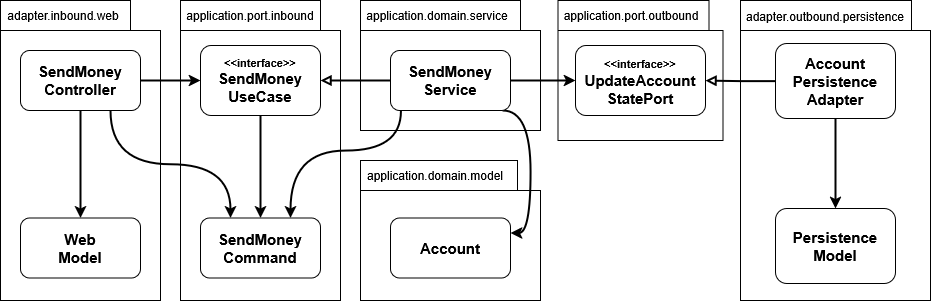
This is public/clean-architecture-python-part-2/clean_buckpal_overview.png from gmunumel/personal-blog, a draw.io export, as it was before one commit. Source tidied: cells renumbered, new cells last; positions are measured from the earlier drawing's top-left corner, leaving out a move shared by most shapes. Its diagram source:
```xml
<mxGraphModel>
  <root>
    <mxCell id="0" />
    <mxCell id="1" parent="0" />
    <mxCell id="2" style="shape=folder;fontStyle=1;spacingTop=10;tabWidth=180;tabHeight=30;tabPosition=left;html=1;whiteSpace=wrap;" parent="1" vertex="1">
      <mxGeometry x="740" width="190" height="300" as="geometry" />
    </mxCell>
    <mxCell id="3" style="shape=folder;fontStyle=1;spacingTop=10;tabWidth=130;tabHeight=30;tabPosition=left;html=1;whiteSpace=wrap;" parent="1" vertex="1">
      <mxGeometry width="160" height="300" as="geometry" />
    </mxCell>
    <mxCell id="4" style="shape=folder;fontStyle=1;spacingTop=10;tabWidth=155;tabHeight=30;tabPosition=left;html=1;whiteSpace=wrap;" parent="1" vertex="1">
      <mxGeometry x="557.5" width="165" height="140" as="geometry" />
    </mxCell>
    <mxCell id="5" style="shape=folder;fontStyle=1;spacingTop=10;tabWidth=157;tabHeight=30;tabPosition=left;html=1;whiteSpace=wrap;" parent="1" vertex="1">
      <mxGeometry x="360" y="160" width="180" height="140" as="geometry" />
    </mxCell>
    <mxCell id="6" style="shape=folder;fontStyle=1;spacingTop=10;tabWidth=160;tabHeight=30;tabPosition=left;html=1;whiteSpace=wrap;" parent="1" vertex="1">
      <mxGeometry x="360" width="180" height="130" as="geometry" />
    </mxCell>
    <mxCell id="7" style="shape=folder;fontStyle=1;spacingTop=10;tabWidth=140;tabHeight=30;tabPosition=left;html=1;whiteSpace=wrap;" parent="1" vertex="1">
      <mxGeometry x="180" width="160" height="300" as="geometry" />
    </mxCell>
    <mxCell id="8" style="edgeStyle=orthogonalEdgeStyle;rounded=0;jettySize=auto;html=1;entryX=0.5;entryY=0;entryDx=0;entryDy=0;strokeWidth=2;" parent="1" edge="1" source="11" target="12">
      <mxGeometry relative="1" as="geometry" />
    </mxCell>
    <mxCell id="9" style="edgeStyle=orthogonalEdgeStyle;rounded=0;jettySize=auto;html=1;exitX=1;exitY=0.5;exitDx=0;exitDy=0;entryX=0;entryY=0.5;entryDx=0;entryDy=0;strokeWidth=2;" parent="1" edge="1" source="11" target="14">
      <mxGeometry relative="1" as="geometry" />
    </mxCell>
    <mxCell id="10" style="edgeStyle=orthogonalEdgeStyle;rounded=0;jettySize=auto;html=1;exitX=0.75;exitY=1;exitDx=0;exitDy=0;entryX=0.25;entryY=0;entryDx=0;entryDy=0;strokeWidth=2;curved=1;" parent="1" edge="1" source="11" target="15">
      <mxGeometry relative="1" as="geometry" />
    </mxCell>
    <mxCell id="11" value="&lt;font style=&quot;font-size: 15px;&quot;&gt;&lt;b&gt;SendMoney&lt;br&gt;Controller&lt;/b&gt;&lt;/font&gt;" style="rounded=1;whiteSpace=wrap;html=1;" parent="1" vertex="1">
      <mxGeometry x="20" y="50" width="120" height="60" as="geometry" />
    </mxCell>
    <mxCell id="12" value="&lt;span&gt;Web&lt;br&gt;Model&lt;/span&gt;" style="rounded=1;whiteSpace=wrap;html=1;fontSize=15;fontStyle=1;" parent="1" vertex="1">
      <mxGeometry x="20" y="217.5" width="120" height="60" as="geometry" />
    </mxCell>
    <mxCell id="13" style="edgeStyle=orthogonalEdgeStyle;rounded=0;jettySize=auto;html=1;strokeWidth=2;" parent="1" edge="1" source="14" target="15">
      <mxGeometry relative="1" as="geometry" />
    </mxCell>
    <mxCell id="14" value="&lt;div&gt;&lt;font style=&quot;font-size: 11px;&quot;&gt;&lt;b&gt;&amp;lt;&amp;lt;interface&amp;gt;&amp;gt;&lt;/b&gt;&lt;/font&gt;&lt;/div&gt;&lt;div&gt;&lt;font style=&quot;font-size: 15px;&quot;&gt;&lt;b&gt;SendMoney&lt;/b&gt;&lt;/font&gt;&lt;/div&gt;&lt;font style=&quot;font-size: 15px;&quot;&gt;&lt;b&gt;UseCase&lt;/b&gt;&lt;/font&gt;" style="rounded=1;whiteSpace=wrap;html=1;" parent="1" vertex="1">
      <mxGeometry x="200" y="45" width="120" height="70" as="geometry" />
    </mxCell>
    <mxCell id="15" value="&lt;font style=&quot;font-size: 15px;&quot;&gt;&lt;b&gt;SendMoney&lt;br&gt;Command&lt;/b&gt;&lt;/font&gt;" style="rounded=1;whiteSpace=wrap;html=1;" parent="1" vertex="1">
      <mxGeometry x="200" y="217.5" width="120" height="60" as="geometry" />
    </mxCell>
    <mxCell id="16" style="edgeStyle=orthogonalEdgeStyle;rounded=0;jettySize=auto;html=1;entryX=0;entryY=0.5;entryDx=0;entryDy=0;strokeWidth=2;" parent="1" edge="1" source="20" target="22">
      <mxGeometry relative="1" as="geometry" />
    </mxCell>
    <mxCell id="17" style="edgeStyle=orthogonalEdgeStyle;rounded=0;jettySize=auto;html=1;entryX=1;entryY=0.25;entryDx=0;entryDy=0;strokeWidth=2;curved=1;exitX=0.935;exitY=1;exitDx=0;exitDy=0;exitPerimeter=0;" parent="1" edge="1" source="20" target="21">
      <mxGeometry relative="1" as="geometry">
        <Array as="points">
          <mxPoint x="530" y="110" />
          <mxPoint x="530" y="232" />
        </Array>
      </mxGeometry>
    </mxCell>
    <mxCell id="18" style="edgeStyle=orthogonalEdgeStyle;rounded=0;jettySize=auto;html=1;exitX=0;exitY=0.5;exitDx=0;exitDy=0;entryX=1;entryY=0.5;entryDx=0;entryDy=0;strokeWidth=2;endArrow=block;endFill=0;" parent="1" edge="1" source="20" target="14">
      <mxGeometry relative="1" as="geometry" />
    </mxCell>
    <mxCell id="19" style="edgeStyle=orthogonalEdgeStyle;rounded=0;jettySize=auto;html=1;exitX=0.087;exitY=1.007;exitDx=0;exitDy=0;entryX=0.75;entryY=0;entryDx=0;entryDy=0;strokeWidth=2;curved=1;exitPerimeter=0;" parent="1" edge="1" source="20" target="15">
      <mxGeometry relative="1" as="geometry">
        <Array as="points">
          <mxPoint x="400" y="150" />
          <mxPoint x="290" y="150" />
        </Array>
      </mxGeometry>
    </mxCell>
    <mxCell id="20" value="&lt;font style=&quot;font-size: 15px;&quot;&gt;&lt;b&gt;SendMoney&lt;br&gt;Service&lt;/b&gt;&lt;/font&gt;" style="rounded=1;whiteSpace=wrap;html=1;" parent="1" vertex="1">
      <mxGeometry x="390" y="50" width="120" height="60" as="geometry" />
    </mxCell>
    <mxCell id="21" value="&lt;span&gt;Account&lt;/span&gt;" style="rounded=1;whiteSpace=wrap;html=1;fontSize=15;fontStyle=1;" parent="1" vertex="1">
      <mxGeometry x="390" y="217.5" width="120" height="60" as="geometry" />
    </mxCell>
    <mxCell id="22" value="&lt;span&gt;&lt;font style=&quot;font-size: 11px;&quot;&gt;&amp;lt;&amp;lt;interface&amp;gt;&amp;gt;&lt;/font&gt;&lt;br&gt;UpdateAccount&lt;br&gt;StatePort&lt;/span&gt;" style="rounded=1;whiteSpace=wrap;html=1;fontSize=15;fontStyle=1;" parent="1" vertex="1">
      <mxGeometry x="575" y="45" width="130" height="70" as="geometry" />
    </mxCell>
    <mxCell id="23" style="edgeStyle=orthogonalEdgeStyle;rounded=0;jettySize=auto;html=1;entryX=1;entryY=0.5;entryDx=0;entryDy=0;strokeWidth=2;endArrow=block;endFill=0;" parent="1" edge="1" source="25" target="22">
      <mxGeometry relative="1" as="geometry" />
    </mxCell>
    <mxCell id="24" style="edgeStyle=orthogonalEdgeStyle;rounded=0;jettySize=auto;html=1;strokeWidth=2;" parent="1" edge="1" source="25" target="26">
      <mxGeometry relative="1" as="geometry" />
    </mxCell>
    <mxCell id="25" value="Account&lt;br&gt;Persistence&lt;br&gt;Adapter" style="rounded=1;whiteSpace=wrap;html=1;fontSize=15;fontStyle=1;" parent="1" vertex="1">
      <mxGeometry x="775" y="43" width="120" height="75" as="geometry" />
    </mxCell>
    <mxCell id="26" value="Persistence&lt;br&gt;Model" style="rounded=1;whiteSpace=wrap;html=1;fontSize=15;fontStyle=1;" parent="1" vertex="1">
      <mxGeometry x="775" y="208" width="120" height="75" as="geometry" />
    </mxCell>
    <mxCell id="27" value="application.port.inbound" style="text;html=1;align=center;verticalAlign=middle;whiteSpace=wrap;rounded=0;" parent="1" vertex="1">
      <mxGeometry x="220" width="60" height="30" as="geometry" />
    </mxCell>
    <mxCell id="28" value="application.domain.service" style="text;html=1;align=center;verticalAlign=middle;whiteSpace=wrap;rounded=0;" parent="1" vertex="1">
      <mxGeometry x="407" width="60" height="30" as="geometry" />
    </mxCell>
    <mxCell id="29" value="application.domain.model" style="text;html=1;align=center;verticalAlign=middle;whiteSpace=wrap;rounded=0;" parent="1" vertex="1">
      <mxGeometry x="405" y="160" width="60" height="30" as="geometry" />
    </mxCell>
    <mxCell id="30" value="application.port.outbound" style="text;html=1;align=center;verticalAlign=middle;whiteSpace=wrap;rounded=0;" parent="1" vertex="1">
      <mxGeometry x="601" width="60" height="30" as="geometry" />
    </mxCell>
    <mxCell id="31" value="adapter.inbound.web" style="text;html=1;align=center;verticalAlign=middle;whiteSpace=wrap;rounded=0;" parent="1" vertex="1">
      <mxGeometry x="33" width="60" height="30" as="geometry" />
    </mxCell>
    <mxCell id="32" value="adapter.outbound.persistence" style="text;html=1;align=center;verticalAlign=middle;whiteSpace=wrap;rounded=0;" parent="1" vertex="1">
      <mxGeometry x="795" y="1" width="60" height="30" as="geometry" />
    </mxCell>
  </root>
</mxGraphModel>
```
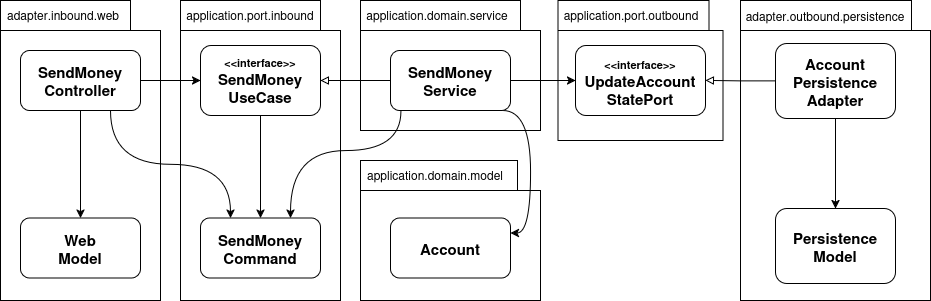
Above is the later version.

The edit, as a diff of the source:
```diff
@@ -20,13 +20,13 @@
     <mxCell id="7" style="shape=folder;fontStyle=1;spacingTop=10;tabWidth=140;tabHeight=30;tabPosition=left;html=1;whiteSpace=wrap;" parent="1" vertex="1">
       <mxGeometry x="180" width="160" height="300" as="geometry" />
     </mxCell>
-    <mxCell id="8" style="edgeStyle=orthogonalEdgeStyle;rounded=0;jettySize=auto;html=1;entryX=0.5;entryY=0;entryDx=0;entryDy=0;strokeWidth=2;" parent="1" edge="1" source="11" target="12">
+    <mxCell id="8" style="edgeStyle=orthogonalEdgeStyle;rounded=0;jettySize=auto;html=1;entryX=0.5;entryY=0;entryDx=0;entryDy=0;strokeWidth=1;" parent="1" edge="1" source="11" target="12">
       <mxGeometry relative="1" as="geometry" />
     </mxCell>
-    <mxCell id="9" style="edgeStyle=orthogonalEdgeStyle;rounded=0;jettySize=auto;html=1;exitX=1;exitY=0.5;exitDx=0;exitDy=0;entryX=0;entryY=0.5;entryDx=0;entryDy=0;strokeWidth=2;" parent="1" edge="1" source="11" target="14">
+    <mxCell id="9" style="edgeStyle=orthogonalEdgeStyle;rounded=0;jettySize=auto;html=1;exitX=1;exitY=0.5;exitDx=0;exitDy=0;entryX=0;entryY=0.5;entryDx=0;entryDy=0;strokeWidth=1;" parent="1" edge="1" source="11" target="14">
       <mxGeometry relative="1" as="geometry" />
     </mxCell>
-    <mxCell id="10" style="edgeStyle=orthogonalEdgeStyle;rounded=0;jettySize=auto;html=1;exitX=0.75;exitY=1;exitDx=0;exitDy=0;entryX=0.25;entryY=0;entryDx=0;entryDy=0;strokeWidth=2;curved=1;" parent="1" edge="1" source="11" target="15">
+    <mxCell id="10" style="edgeStyle=orthogonalEdgeStyle;rounded=0;jettySize=auto;html=1;exitX=0.75;exitY=1;exitDx=0;exitDy=0;entryX=0.25;entryY=0;entryDx=0;entryDy=0;strokeWidth=1;curved=1;" parent="1" edge="1" source="11" target="15">
       <mxGeometry relative="1" as="geometry" />
     </mxCell>
     <mxCell id="11" value="&lt;font style=&quot;font-size: 15px;&quot;&gt;&lt;b&gt;SendMoney&lt;br&gt;Controller&lt;/b&gt;&lt;/font&gt;" style="rounded=1;whiteSpace=wrap;html=1;" parent="1" vertex="1">
@@ -35,7 +35,7 @@
     <mxCell id="12" value="&lt;span&gt;Web&lt;br&gt;Model&lt;/span&gt;" style="rounded=1;whiteSpace=wrap;html=1;fontSize=15;fontStyle=1;" parent="1" vertex="1">
       <mxGeometry x="20" y="217.5" width="120" height="60" as="geometry" />
     </mxCell>
-    <mxCell id="13" style="edgeStyle=orthogonalEdgeStyle;rounded=0;jettySize=auto;html=1;strokeWidth=2;" parent="1" edge="1" source="14" target="15">
+    <mxCell id="13" style="edgeStyle=orthogonalEdgeStyle;rounded=0;jettySize=auto;html=1;strokeWidth=1;" parent="1" edge="1" source="14" target="15">
       <mxGeometry relative="1" as="geometry" />
     </mxCell>
     <mxCell id="14" value="&lt;div&gt;&lt;font style=&quot;font-size: 11px;&quot;&gt;&lt;b&gt;&amp;lt;&amp;lt;interface&amp;gt;&amp;gt;&lt;/b&gt;&lt;/font&gt;&lt;/div&gt;&lt;div&gt;&lt;font style=&quot;font-size: 15px;&quot;&gt;&lt;b&gt;SendMoney&lt;/b&gt;&lt;/font&gt;&lt;/div&gt;&lt;font style=&quot;font-size: 15px;&quot;&gt;&lt;b&gt;UseCase&lt;/b&gt;&lt;/font&gt;" style="rounded=1;whiteSpace=wrap;html=1;" parent="1" vertex="1">
@@ -44,10 +44,10 @@
     <mxCell id="15" value="&lt;font style=&quot;font-size: 15px;&quot;&gt;&lt;b&gt;SendMoney&lt;br&gt;Command&lt;/b&gt;&lt;/font&gt;" style="rounded=1;whiteSpace=wrap;html=1;" parent="1" vertex="1">
       <mxGeometry x="200" y="217.5" width="120" height="60" as="geometry" />
     </mxCell>
-    <mxCell id="16" style="edgeStyle=orthogonalEdgeStyle;rounded=0;jettySize=auto;html=1;entryX=0;entryY=0.5;entryDx=0;entryDy=0;strokeWidth=2;" parent="1" edge="1" source="20" target="22">
+    <mxCell id="16" style="edgeStyle=orthogonalEdgeStyle;rounded=0;jettySize=auto;html=1;entryX=0;entryY=0.5;entryDx=0;entryDy=0;strokeWidth=1;" parent="1" edge="1" source="20" target="22">
       <mxGeometry relative="1" as="geometry" />
     </mxCell>
-    <mxCell id="17" style="edgeStyle=orthogonalEdgeStyle;rounded=0;jettySize=auto;html=1;entryX=1;entryY=0.25;entryDx=0;entryDy=0;strokeWidth=2;curved=1;exitX=0.935;exitY=1;exitDx=0;exitDy=0;exitPerimeter=0;" parent="1" edge="1" source="20" target="21">
+    <mxCell id="17" style="edgeStyle=orthogonalEdgeStyle;rounded=0;jettySize=auto;html=1;entryX=1;entryY=0.25;entryDx=0;entryDy=0;strokeWidth=1;curved=1;exitX=0.935;exitY=1;exitDx=0;exitDy=0;exitPerimeter=0;" parent="1" edge="1" source="20" target="21">
       <mxGeometry relative="1" as="geometry">
         <Array as="points">
           <mxPoint x="530" y="110" />
@@ -55,10 +55,10 @@
         </Array>
       </mxGeometry>
     </mxCell>
-    <mxCell id="18" style="edgeStyle=orthogonalEdgeStyle;rounded=0;jettySize=auto;html=1;exitX=0;exitY=0.5;exitDx=0;exitDy=0;entryX=1;entryY=0.5;entryDx=0;entryDy=0;strokeWidth=2;endArrow=block;endFill=0;" parent="1" edge="1" source="20" target="14">
+    <mxCell id="18" style="edgeStyle=orthogonalEdgeStyle;rounded=0;jettySize=auto;html=1;exitX=0;exitY=0.5;exitDx=0;exitDy=0;entryX=1;entryY=0.5;entryDx=0;entryDy=0;strokeWidth=1;endArrow=block;endFill=0;" parent="1" edge="1" source="20" target="14">
       <mxGeometry relative="1" as="geometry" />
     </mxCell>
-    <mxCell id="19" style="edgeStyle=orthogonalEdgeStyle;rounded=0;jettySize=auto;html=1;exitX=0.087;exitY=1.007;exitDx=0;exitDy=0;entryX=0.75;entryY=0;entryDx=0;entryDy=0;strokeWidth=2;curved=1;exitPerimeter=0;" parent="1" edge="1" source="20" target="15">
+    <mxCell id="19" style="edgeStyle=orthogonalEdgeStyle;rounded=0;jettySize=auto;html=1;exitX=0.087;exitY=1.007;exitDx=0;exitDy=0;entryX=0.75;entryY=0;entryDx=0;entryDy=0;strokeWidth=1;curved=1;exitPerimeter=0;" parent="1" edge="1" source="20" target="15">
       <mxGeometry relative="1" as="geometry">
         <Array as="points">
           <mxPoint x="400" y="150" />
@@ -75,10 +75,10 @@
     <mxCell id="22" value="&lt;span&gt;&lt;font style=&quot;font-size: 11px;&quot;&gt;&amp;lt;&amp;lt;interface&amp;gt;&amp;gt;&lt;/font&gt;&lt;br&gt;UpdateAccount&lt;br&gt;StatePort&lt;/span&gt;" style="rounded=1;whiteSpace=wrap;html=1;fontSize=15;fontStyle=1;" parent="1" vertex="1">
       <mxGeometry x="575" y="45" width="130" height="70" as="geometry" />
     </mxCell>
-    <mxCell id="23" style="edgeStyle=orthogonalEdgeStyle;rounded=0;jettySize=auto;html=1;entryX=1;entryY=0.5;entryDx=0;entryDy=0;strokeWidth=2;endArrow=block;endFill=0;" parent="1" edge="1" source="25" target="22">
+    <mxCell id="23" style="edgeStyle=orthogonalEdgeStyle;rounded=0;jettySize=auto;html=1;entryX=1;entryY=0.5;entryDx=0;entryDy=0;strokeWidth=1;endArrow=block;endFill=0;" parent="1" edge="1" source="25" target="22">
       <mxGeometry relative="1" as="geometry" />
     </mxCell>
-    <mxCell id="24" style="edgeStyle=orthogonalEdgeStyle;rounded=0;jettySize=auto;html=1;strokeWidth=2;" parent="1" edge="1" source="25" target="26">
+    <mxCell id="24" style="edgeStyle=orthogonalEdgeStyle;rounded=0;jettySize=auto;html=1;strokeWidth=1;" parent="1" edge="1" source="25" target="26">
       <mxGeometry relative="1" as="geometry" />
     </mxCell>
     <mxCell id="25" value="Account&lt;br&gt;Persistence&lt;br&gt;Adapter" style="rounded=1;whiteSpace=wrap;html=1;fontSize=15;fontStyle=1;" parent="1" vertex="1">
```
